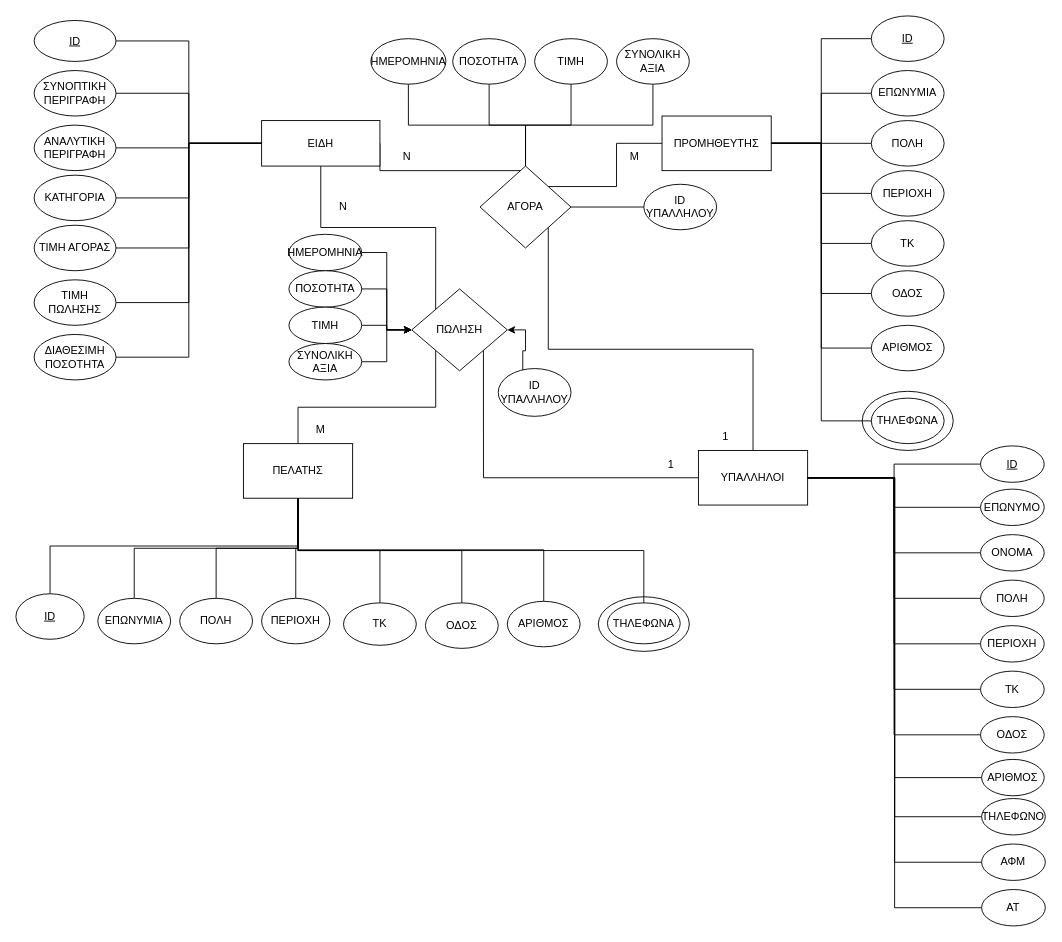
The draw.io diagram Εμπορική_Επιχείρηση.drawio in DimitrisKagge/Vaseis_Dedomenon_Ergasia, before the edit. Source tidied: cells renumbered, new cells numbered last; positions are measured from the earlier drawing's top-left corner, leaving out a move shared by most shapes. Both pictures are drawn from the tidied source at 91%, with x=0, y=0 at pixel (15, 15).
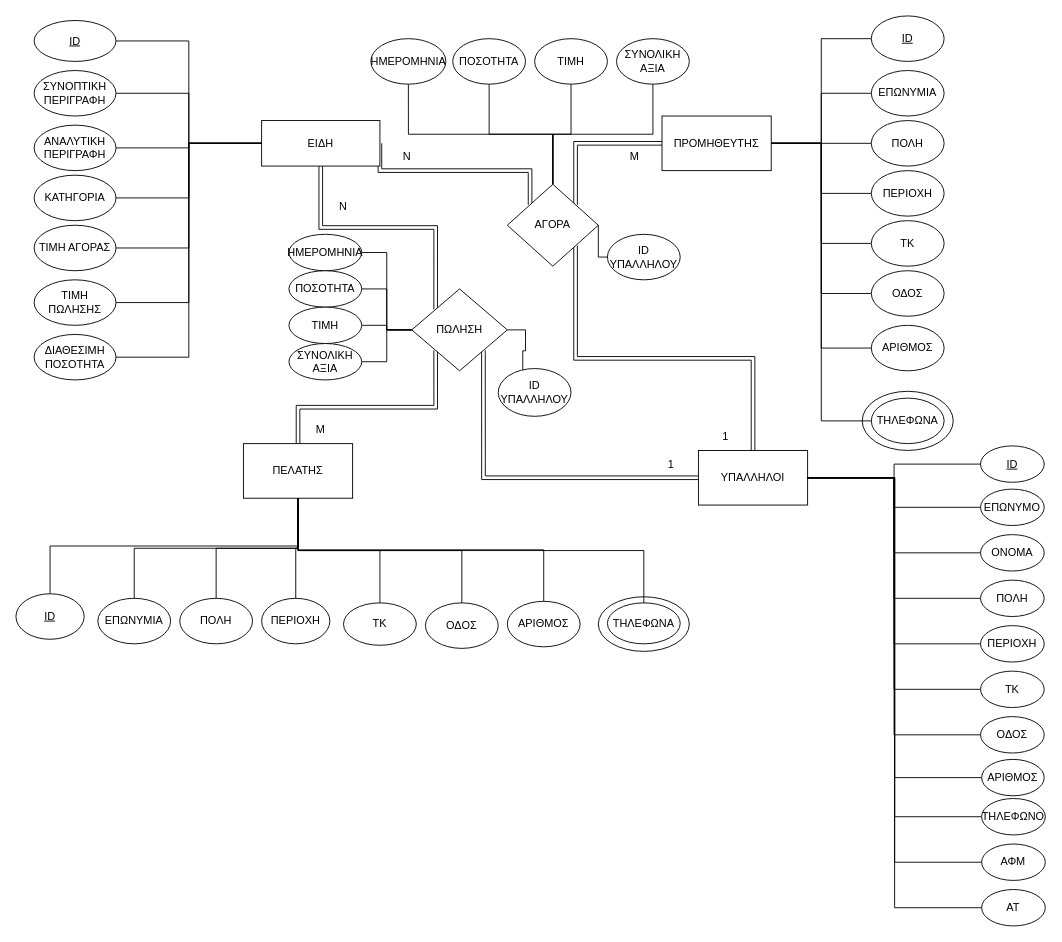
Above is the later version.

The change refers to these unchanged cells:
```xml
<mxCell id="4" value="ΕΙΔΗ" style="rounded=0;whiteSpace=wrap;html=1;" parent="1" vertex="1">
  <mxGeometry x="270" y="115" width="130" height="50" as="geometry" />
</mxCell>
<mxCell id="6" value="ΠΕΛΑΤΗΣ" style="rounded=0;whiteSpace=wrap;html=1;" parent="1" vertex="1">
  <mxGeometry x="250" y="470" width="120" height="60" as="geometry" />
</mxCell>
<mxCell id="9" value="ΥΠΑΛΛΗΛΟΙ" style="rounded=0;whiteSpace=wrap;html=1;" parent="1" vertex="1">
  <mxGeometry x="750" y="477.5" width="120" height="60" as="geometry" />
</mxCell>
<mxCell id="11" value="ΠΡΟΜΗΘΕΥΤΗΣ" style="rounded=0;whiteSpace=wrap;html=1;" parent="1" vertex="1">
  <mxGeometry x="710" y="110" width="120" height="60" as="geometry" />
</mxCell>
<mxCell id="83" value="ΠΩΛΗΣΗ" style="rhombus;whiteSpace=wrap;html=1;" parent="1" vertex="1">
  <mxGeometry x="435" y="300" width="105" height="90" as="geometry" />
</mxCell>
<mxCell id="101" value="ΗΜΕΡΟΜΗΝΙΑ" style="ellipse;whiteSpace=wrap;html=1;" parent="1" vertex="1">
  <mxGeometry x="300" y="240" width="80" height="40" as="geometry" />
</mxCell>
<mxCell id="103" value="ΣΥΝΟΛΙΚΗ ΑΞΙΑ" style="ellipse;whiteSpace=wrap;html=1;" parent="1" vertex="1">
  <mxGeometry x="300" y="360" width="80" height="40" as="geometry" />
</mxCell>
<mxCell id="105" value="ΠΟΣΟΤΗΤΑ" style="ellipse;whiteSpace=wrap;html=1;" parent="1" vertex="1">
  <mxGeometry x="300" y="280" width="80" height="40" as="geometry" />
</mxCell>
<mxCell id="107" value="ΤΙΜΗ" style="ellipse;whiteSpace=wrap;html=1;" parent="1" vertex="1">
  <mxGeometry x="300" y="320" width="80" height="40" as="geometry" />
</mxCell>
<mxCell id="109" value="ID ΥΠΑΛΛΗΛΟΥ" style="ellipse;whiteSpace=wrap;html=1;" parent="1" vertex="1">
  <mxGeometry x="530" y="387.5" width="80" height="52.5" as="geometry" />
</mxCell>
```

The edit, as a diff of the source:
```diff
@@
-    <mxCell id="2" style="edgeStyle=orthogonalEdgeStyle;rounded=0;jettySize=auto;html=1;exitX=1;exitY=0.5;exitDx=0;exitDy=0;entryX=0;entryY=0;entryDx=0;entryDy=0;endArrow=none;endFill=0;" parent="1" edge="1" source="4" target="26">
+    <mxCell id="2" style="edgeStyle=orthogonalEdgeStyle;rounded=0;jettySize=auto;html=1;exitX=1;exitY=0.5;exitDx=0;exitDy=0;entryX=0;entryY=0;entryDx=0;entryDy=0;endArrow=none;endFill=0;shape=link;" parent="1" edge="1" source="4" target="26">
       <mxGeometry relative="1" as="geometry">
         <Array as="points">
           <mxPoint x="400" y="170" />
           <mxPoint x="565" y="170" />
         </Array>
       </mxGeometry>
     </mxCell>
-    <mxCell id="3" style="edgeStyle=orthogonalEdgeStyle;rounded=0;jettySize=auto;html=1;exitX=0.5;exitY=1;exitDx=0;exitDy=0;entryX=0;entryY=0;entryDx=0;entryDy=0;endArrow=none;endFill=0;" parent="1" edge="1" source="4" target="83">
+    <mxCell id="3" style="edgeStyle=orthogonalEdgeStyle;rounded=0;jettySize=auto;html=1;exitX=0.5;exitY=1;exitDx=0;exitDy=0;entryX=0;entryY=0;entryDx=0;entryDy=0;endArrow=none;endFill=0;shape=link;" parent="1" edge="1" source="4" target="83">
       <mxGeometry relative="1" as="geometry" />
     </mxCell>
@@
-    <mxCell id="5" style="edgeStyle=orthogonalEdgeStyle;rounded=0;jettySize=auto;html=1;exitX=0.5;exitY=0;exitDx=0;exitDy=0;entryX=0;entryY=1;entryDx=0;entryDy=0;endArrow=none;endFill=0;" parent="1" edge="1" source="6" target="83">
+    <mxCell id="5" style="edgeStyle=orthogonalEdgeStyle;rounded=0;jettySize=auto;html=1;exitX=0.5;exitY=0;exitDx=0;exitDy=0;entryX=0;entryY=1;entryDx=0;entryDy=0;endArrow=none;endFill=0;shape=link;" parent="1" edge="1" source="6" target="83">
       <mxGeometry relative="1" as="geometry" />
     </mxCell>
@@
-    <mxCell id="7" style="edgeStyle=orthogonalEdgeStyle;rounded=0;jettySize=auto;html=1;exitX=0.5;exitY=0;exitDx=0;exitDy=0;entryX=1;entryY=1;entryDx=0;entryDy=0;endArrow=none;endFill=0;" parent="1" edge="1" source="9" target="26">
+    <mxCell id="7" style="edgeStyle=orthogonalEdgeStyle;rounded=0;jettySize=auto;html=1;exitX=0.5;exitY=0;exitDx=0;exitDy=0;entryX=1;entryY=1;entryDx=0;entryDy=0;endArrow=none;endFill=0;shape=link;" parent="1" edge="1" source="9" target="26">
       <mxGeometry relative="1" as="geometry" />
     </mxCell>
-    <mxCell id="8" style="edgeStyle=orthogonalEdgeStyle;rounded=0;jettySize=auto;html=1;exitX=0;exitY=0.5;exitDx=0;exitDy=0;entryX=1;entryY=1;entryDx=0;entryDy=0;endArrow=none;endFill=0;" parent="1" edge="1" source="9" target="83">
+    <mxCell id="8" style="edgeStyle=orthogonalEdgeStyle;rounded=0;jettySize=auto;html=1;exitX=0;exitY=0.5;exitDx=0;exitDy=0;entryX=1;entryY=1;entryDx=0;entryDy=0;endArrow=none;endFill=0;shape=link;" parent="1" edge="1" source="9" target="83">
       <mxGeometry relative="1" as="geometry" />
     </mxCell>
@@
-    <mxCell id="10" style="edgeStyle=orthogonalEdgeStyle;rounded=0;jettySize=auto;html=1;exitX=0;exitY=0.5;exitDx=0;exitDy=0;entryX=1;entryY=0;entryDx=0;entryDy=0;endArrow=none;endFill=0;" parent="1" edge="1" source="11" target="26">
+    <mxCell id="10" style="edgeStyle=orthogonalEdgeStyle;rounded=0;jettySize=auto;html=1;exitX=0;exitY=0.5;exitDx=0;exitDy=0;entryX=1;entryY=0;entryDx=0;entryDy=0;endArrow=none;endFill=0;shape=link;" parent="1" edge="1" source="11" target="26">
       <mxGeometry relative="1" as="geometry" />
     </mxCell>
@@
     <mxCell id="26" value="ΑΓΟΡΑ" style="rhombus;whiteSpace=wrap;html=1;" parent="1" vertex="1">
-      <mxGeometry x="510" y="165" width="100" height="90" as="geometry" />
+      <mxGeometry x="540" y="185" width="100" height="90" as="geometry" />
     </mxCell>
@@
     <mxCell id="99" value="ID ΥΠΑΛΛΗΛΟΥ" style="ellipse;whiteSpace=wrap;html=1;" parent="1" vertex="1">
-      <mxGeometry x="690" y="185" width="80" height="50" as="geometry" />
+      <mxGeometry x="650" y="240" width="80" height="50" as="geometry" />
     </mxCell>
-    <mxCell id="100" style="edgeStyle=orthogonalEdgeStyle;rounded=0;jettySize=auto;html=1;exitX=1;exitY=0.5;exitDx=0;exitDy=0;entryX=0;entryY=0.5;entryDx=0;entryDy=0;" parent="1" edge="1" source="101" target="83">
+    <mxCell id="100" style="edgeStyle=orthogonalEdgeStyle;rounded=0;jettySize=auto;html=1;exitX=1;exitY=0.5;exitDx=0;exitDy=0;entryX=0;entryY=0.5;entryDx=0;entryDy=0;endArrow=none;endFill=0;" parent="1" edge="1" source="101" target="83">
       <mxGeometry relative="1" as="geometry" />
     </mxCell>
@@
-    <mxCell id="102" style="edgeStyle=orthogonalEdgeStyle;rounded=0;jettySize=auto;html=1;exitX=1;exitY=0.5;exitDx=0;exitDy=0;entryX=0;entryY=0.5;entryDx=0;entryDy=0;" parent="1" edge="1" source="103" target="83">
+    <mxCell id="102" style="edgeStyle=orthogonalEdgeStyle;rounded=0;jettySize=auto;html=1;exitX=1;exitY=0.5;exitDx=0;exitDy=0;entryX=0;entryY=0.5;entryDx=0;entryDy=0;endArrow=none;endFill=0;" parent="1" edge="1" source="103" target="83">
       <mxGeometry relative="1" as="geometry" />
     </mxCell>
@@
-    <mxCell id="104" style="edgeStyle=orthogonalEdgeStyle;rounded=0;jettySize=auto;html=1;exitX=1;exitY=0.5;exitDx=0;exitDy=0;entryX=0;entryY=0.5;entryDx=0;entryDy=0;" parent="1" edge="1" source="105" target="83">
+    <mxCell id="104" style="edgeStyle=orthogonalEdgeStyle;rounded=0;jettySize=auto;html=1;exitX=1;exitY=0.5;exitDx=0;exitDy=0;entryX=0;entryY=0.5;entryDx=0;entryDy=0;endArrow=none;endFill=0;" parent="1" edge="1" source="105" target="83">
       <mxGeometry relative="1" as="geometry" />
     </mxCell>
@@
-    <mxCell id="106" style="edgeStyle=orthogonalEdgeStyle;rounded=0;jettySize=auto;html=1;exitX=1;exitY=0.5;exitDx=0;exitDy=0;entryX=0;entryY=0.5;entryDx=0;entryDy=0;" parent="1" edge="1" source="107" target="83">
+    <mxCell id="106" style="edgeStyle=orthogonalEdgeStyle;rounded=0;jettySize=auto;html=1;exitX=1;exitY=0.5;exitDx=0;exitDy=0;entryX=0;entryY=0.5;entryDx=0;entryDy=0;endArrow=none;endFill=0;" parent="1" edge="1" source="107" target="83">
       <mxGeometry relative="1" as="geometry" />
     </mxCell>
@@
-    <mxCell id="108" style="edgeStyle=orthogonalEdgeStyle;rounded=0;jettySize=auto;html=1;exitX=0;exitY=0;exitDx=0;exitDy=0;entryX=1;entryY=0.5;entryDx=0;entryDy=0;" parent="1" edge="1" source="109" target="83">
+    <mxCell id="108" style="edgeStyle=orthogonalEdgeStyle;rounded=0;jettySize=auto;html=1;exitX=0;exitY=0;exitDx=0;exitDy=0;entryX=1;entryY=0.5;entryDx=0;entryDy=0;endArrow=none;endFill=0;" parent="1" edge="1" source="109" target="83">
       <mxGeometry relative="1" as="geometry">
         <Array as="points">
           <mxPoint x="557" y="368" />
           <mxPoint x="560" y="368" />
           <mxPoint x="560" y="345" />
         </Array>
       </mxGeometry>
     </mxCell>
```
